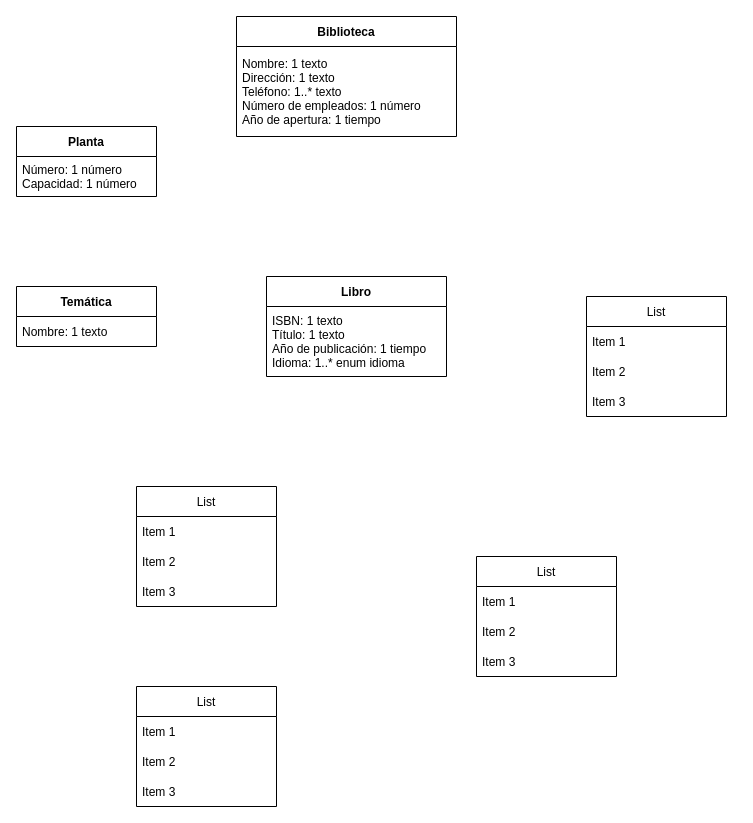
Above: Ejercicio 17.drawio in ESTHERRODRIGUEZGARCIA/TrabajoGrupal1-EDA (draw.io), before the change. Source tidied: cells renumbered, new cells numbered last; positions are measured from the earlier drawing's top-left corner, leaving out a move shared by most shapes. Both pictures are drawn from the tidied source at 100%, with x=0, y=0 at pixel (16, 16).
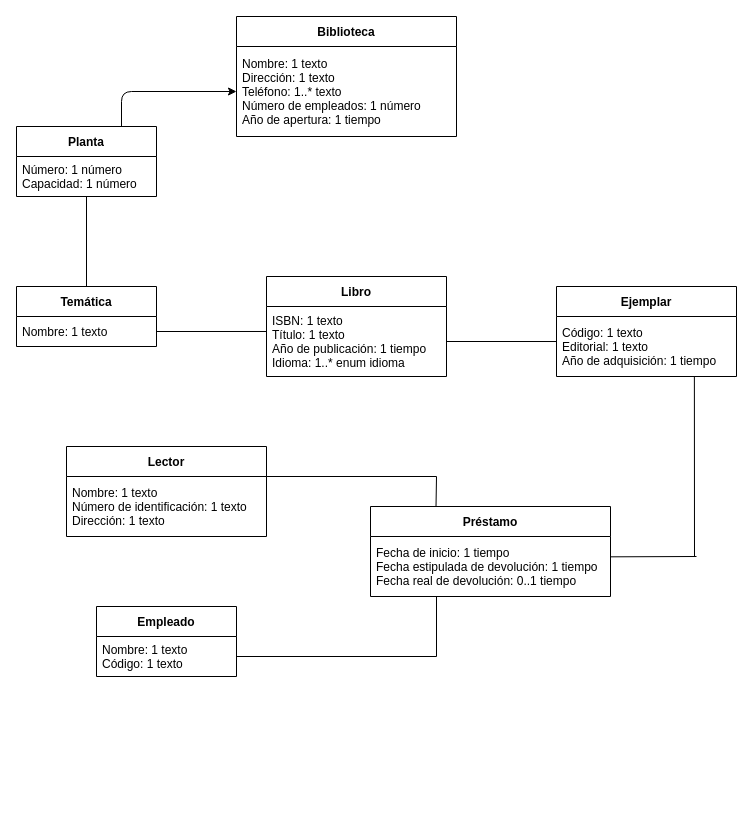
The same diagram, later.

Unchanged cells that the change refers to:
```xml
<mxCell id="3" value="Nombre: 1 texto&#10;Dirección: 1 texto&#10;Teléfono: 1..* texto&#10;Número de empleados: 1 número&#10;Año de apertura: 1 tiempo" style="text;strokeColor=none;fillColor=none;align=left;verticalAlign=middle;spacingLeft=4;spacingRight=4;overflow=hidden;points=[[0,0.5],[1,0.5]];portConstraint=eastwest;" parent="2" vertex="1">
  <mxGeometry y="30" width="220" height="90" as="geometry" />
</mxCell>
<mxCell id="4" value="Planta" style="swimlane;fontStyle=1;horizontal=1;startSize=30;" parent="1" vertex="1">
  <mxGeometry y="110" width="140" height="70" as="geometry" />
</mxCell>
<mxCell id="6" value="Temática" style="swimlane;fontStyle=1;horizontal=1;startSize=30;" parent="1" vertex="1">
  <mxGeometry y="270" width="140" height="60" as="geometry" />
</mxCell>
<mxCell id="7" value="Nombre: 1 texto" style="text;strokeColor=none;fillColor=none;align=left;verticalAlign=middle;spacingLeft=4;spacingRight=4;overflow=hidden;points=[[0,0.5],[1,0.5]];portConstraint=eastwest;" parent="6" vertex="1">
  <mxGeometry y="30" width="140" height="30" as="geometry" />
</mxCell>
<mxCell id="9" value="ISBN: 1 texto&#10;Título: 1 texto&#10;Año de publicación: 1 tiempo&#10;Idioma: 1..* enum idioma" style="text;strokeColor=none;fillColor=none;align=left;verticalAlign=middle;spacingLeft=4;spacingRight=4;overflow=hidden;points=[[0,0.5],[1,0.5]];portConstraint=eastwest;" parent="8" vertex="1">
  <mxGeometry y="30" width="180" height="70" as="geometry" />
</mxCell>
```

The edit, as a diff of the source:
```diff
@@
+    <mxCell id="26" style="edgeStyle=none;html=1;exitX=0.75;exitY=0;exitDx=0;exitDy=0;entryX=0;entryY=0.5;entryDx=0;entryDy=0;" parent="1" edge="1" source="4" target="3">
+      <mxGeometry relative="1" as="geometry">
+        <Array as="points">
+          <mxPoint x="105" y="75" />
+        </Array>
+      </mxGeometry>
+    </mxCell>
@@
-    <mxCell id="5" value="Número: 1 número&#10;Capacidad: 1 número" style="text;strokeColor=none;fillColor=none;align=left;verticalAlign=middle;spacingLeft=4;spacingRight=4;overflow=hidden;points=[[0,0.5],[1,0.5]];portConstraint=eastwest;" parent="4" vertex="1">
-      <mxGeometry y="30" width="140" height="40" as="geometry" />
-    </mxCell>
@@
-    <mxCell id="10" value="List" style="swimlane;fontStyle=0;horizontal=1;startSize=30;" parent="1" vertex="1">
-      <mxGeometry x="570" y="280" width="140" height="120" as="geometry" />
+    <mxCell id="10" value="Ejemplar" style="swimlane;fontStyle=1;horizontal=1;startSize=30;" parent="1" vertex="1">
+      <mxGeometry x="540" y="270" width="180" height="90" as="geometry" />
     </mxCell>
-    <mxCell id="11" value="Item 1" style="text;strokeColor=none;fillColor=none;align=left;verticalAlign=middle;spacingLeft=4;spacingRight=4;overflow=hidden;points=[[0,0.5],[1,0.5]];portConstraint=eastwest;" parent="10" vertex="1">
-      <mxGeometry y="30" width="140" height="30" as="geometry" />
+    <mxCell id="11" value="Código: 1 texto&#10;Editorial: 1 texto&#10;Año de adquisición: 1 tiempo" style="text;strokeColor=none;fillColor=none;align=left;verticalAlign=middle;spacingLeft=4;spacingRight=4;overflow=hidden;points=[[0,0.5],[1,0.5]];portConstraint=eastwest;" parent="10" vertex="1">
+      <mxGeometry y="30" width="180" height="60" as="geometry" />
     </mxCell>
-    <mxCell id="12" value="Item 2" style="text;strokeColor=none;fillColor=none;align=left;verticalAlign=middle;spacingLeft=4;spacingRight=4;overflow=hidden;" parent="10" vertex="1">
-      <mxGeometry y="60" width="140" height="30" as="geometry" />
-    </mxCell>
-    <mxCell id="13" value="Item 3" style="text;strokeColor=none;fillColor=none;align=left;verticalAlign=middle;spacingLeft=4;spacingRight=4;overflow=hidden;" parent="10" vertex="1">
-      <mxGeometry y="90" width="140" height="30" as="geometry" />
-    </mxCell>
-    <mxCell id="14" value="List" style="swimlane;fontStyle=0;horizontal=1;startSize=30;" parent="1" vertex="1">
-      <mxGeometry x="460" y="540" width="140" height="120" as="geometry" />
+    <mxCell id="14" value="Préstamo" style="swimlane;fontStyle=1;horizontal=1;startSize=30;" parent="1" vertex="1">
+      <mxGeometry x="354" y="490" width="240" height="90" as="geometry" />
     </mxCell>
-    <mxCell id="15" value="Item 1" style="text;strokeColor=none;fillColor=none;align=left;verticalAlign=middle;spacingLeft=4;spacingRight=4;overflow=hidden;points=[[0,0.5],[1,0.5]];portConstraint=eastwest;" parent="14" vertex="1">
-      <mxGeometry y="30" width="140" height="30" as="geometry" />
+    <mxCell id="15" value="Fecha de inicio: 1 tiempo&#10;Fecha estipulada de devolución: 1 tiempo&#10;Fecha real de devolución: 0..1 tiempo" style="text;strokeColor=none;fillColor=none;align=left;verticalAlign=middle;spacingLeft=4;spacingRight=4;overflow=hidden;points=[[0,0.5],[1,0.5]];portConstraint=eastwest;" parent="14" vertex="1">
+      <mxGeometry y="30" width="240" height="60" as="geometry" />
     </mxCell>
-    <mxCell id="16" value="Item 2" style="text;strokeColor=none;fillColor=none;align=left;verticalAlign=middle;spacingLeft=4;spacingRight=4;overflow=hidden;" parent="14" vertex="1">
-      <mxGeometry y="60" width="140" height="30" as="geometry" />
-    </mxCell>
-    <mxCell id="17" value="Item 3" style="text;strokeColor=none;fillColor=none;align=left;verticalAlign=middle;spacingLeft=4;spacingRight=4;overflow=hidden;" parent="14" vertex="1">
-      <mxGeometry y="90" width="140" height="30" as="geometry" />
-    </mxCell>
-    <mxCell id="18" value="List" style="swimlane;fontStyle=0;horizontal=1;startSize=30;" parent="1" vertex="1">
-      <mxGeometry x="120" y="470" width="140" height="120" as="geometry" />
+    <mxCell id="18" value="Lector" style="swimlane;fontStyle=1;horizontal=1;startSize=30;" parent="1" vertex="1">
+      <mxGeometry x="50" y="430" width="200" height="90" as="geometry" />
     </mxCell>
-    <mxCell id="19" value="Item 1" style="text;strokeColor=none;fillColor=none;align=left;verticalAlign=middle;spacingLeft=4;spacingRight=4;overflow=hidden;points=[[0,0.5],[1,0.5]];portConstraint=eastwest;" parent="18" vertex="1">
-      <mxGeometry y="30" width="140" height="30" as="geometry" />
+    <mxCell id="19" value="Nombre: 1 texto&#10;Número de identificación: 1 texto&#10;Dirección: 1 texto" style="text;strokeColor=none;fillColor=none;align=left;verticalAlign=middle;spacingLeft=4;spacingRight=4;overflow=hidden;points=[[0,0.5],[1,0.5]];portConstraint=eastwest;" parent="18" vertex="1">
+      <mxGeometry y="30" width="200" height="60" as="geometry" />
     </mxCell>
-    <mxCell id="20" value="Item 2" style="text;strokeColor=none;fillColor=none;align=left;verticalAlign=middle;spacingLeft=4;spacingRight=4;overflow=hidden;" parent="18" vertex="1">
-      <mxGeometry y="60" width="140" height="30" as="geometry" />
-    </mxCell>
-    <mxCell id="21" value="Item 3" style="text;strokeColor=none;fillColor=none;align=left;verticalAlign=middle;spacingLeft=4;spacingRight=4;overflow=hidden;" parent="18" vertex="1">
-      <mxGeometry y="90" width="140" height="30" as="geometry" />
-    </mxCell>
-    <mxCell id="22" value="List" style="swimlane;fontStyle=0;horizontal=1;startSize=30;" parent="1" vertex="1">
-      <mxGeometry x="120" y="670" width="140" height="120" as="geometry" />
+    <mxCell id="22" value="Empleado" style="swimlane;fontStyle=1;horizontal=1;startSize=30;" parent="1" vertex="1">
+      <mxGeometry x="80" y="590" width="140" height="70" as="geometry" />
     </mxCell>
-    <mxCell id="23" value="Item 1" style="text;strokeColor=none;fillColor=none;align=left;verticalAlign=middle;spacingLeft=4;spacingRight=4;overflow=hidden;points=[[0,0.5],[1,0.5]];portConstraint=eastwest;" parent="22" vertex="1">
-      <mxGeometry y="30" width="140" height="30" as="geometry" />
+    <mxCell id="23" value="Nombre: 1 texto&#10;Código: 1 texto" style="text;strokeColor=none;fillColor=none;align=left;verticalAlign=middle;spacingLeft=4;spacingRight=4;overflow=hidden;points=[[0,0.5],[1,0.5]];portConstraint=eastwest;" parent="22" vertex="1">
+      <mxGeometry y="30" width="140" height="40" as="geometry" />
     </mxCell>
-    <mxCell id="24" value="Item 2" style="text;strokeColor=none;fillColor=none;align=left;verticalAlign=middle;spacingLeft=4;spacingRight=4;overflow=hidden;" parent="22" vertex="1">
-      <mxGeometry y="60" width="140" height="30" as="geometry" />
-    </mxCell>
-    <mxCell id="25" value="Item 3" style="text;strokeColor=none;fillColor=none;align=left;verticalAlign=middle;spacingLeft=4;spacingRight=4;overflow=hidden;" parent="22" vertex="1">
-      <mxGeometry y="90" width="140" height="30" as="geometry" />
-    </mxCell>
+    <mxCell id="5" value="Número: 1 número&#10;Capacidad: 1 número" style="text;strokeColor=none;fillColor=none;align=left;verticalAlign=middle;spacingLeft=4;spacingRight=4;overflow=hidden;points=[[0,0.5],[1,0.5]];portConstraint=eastwest;" parent="1" vertex="1">
+      <mxGeometry y="140" width="140" height="40" as="geometry" />
+    </mxCell>
+    <mxCell id="27" style="endArrow=none;html=1;exitX=0.5;exitY=0;exitDx=0;exitDy=0;" parent="1" edge="1" source="6" target="5">
+      <mxGeometry relative="1" as="geometry" />
+    </mxCell>
+    <mxCell id="28" style="endArrow=none;html=1;exitX=1;exitY=0.5;exitDx=0;exitDy=0;entryX=0;entryY=0.357;entryDx=0;entryDy=0;entryPerimeter=0;" parent="1" edge="1" source="7" target="9">
+      <mxGeometry relative="1" as="geometry" />
+    </mxCell>
+    <mxCell id="29" style="endArrow=none;html=1;exitX=1;exitY=0.5;exitDx=0;exitDy=0;entryX=0;entryY=0.417;entryDx=0;entryDy=0;entryPerimeter=0;" parent="1" edge="1" source="9" target="11">
+      <mxGeometry relative="1" as="geometry" />
+    </mxCell>
+    <mxCell id="30" style="endArrow=none;html=1;entryX=0.766;entryY=1.009;entryDx=0;entryDy=0;entryPerimeter=0;" parent="1" edge="1" target="11">
+      <mxGeometry relative="1" as="geometry">
+        <mxPoint x="678" y="540" as="sourcePoint" />
+      </mxGeometry>
+    </mxCell>
+    <mxCell id="31" style="endArrow=none;html=1;exitX=0.999;exitY=0.339;exitDx=0;exitDy=0;exitPerimeter=0;" parent="1" edge="1" source="15">
+      <mxGeometry relative="1" as="geometry">
+        <mxPoint x="680" y="540" as="targetPoint" />
+      </mxGeometry>
+    </mxCell>
+    <mxCell id="32" style="endArrow=none;html=1;exitX=1;exitY=0;exitDx=0;exitDy=0;exitPerimeter=0;" parent="1" edge="1" source="19">
+      <mxGeometry relative="1" as="geometry">
+        <mxPoint x="420" y="460" as="targetPoint" />
+      </mxGeometry>
+    </mxCell>
+    <mxCell id="33" style="endArrow=none;html=1;exitX=0.273;exitY=-0.004;exitDx=0;exitDy=0;exitPerimeter=0;" parent="1" edge="1" source="14">
+      <mxGeometry relative="1" as="geometry">
+        <mxPoint x="420" y="460" as="targetPoint" />
+      </mxGeometry>
+    </mxCell>
+    <mxCell id="34" style="endArrow=none;html=1;exitX=1;exitY=0.5;exitDx=0;exitDy=0;" parent="1" edge="1" source="23">
+      <mxGeometry relative="1" as="geometry">
+        <mxPoint x="420" y="640" as="targetPoint" />
+      </mxGeometry>
+    </mxCell>
+    <mxCell id="35" style="endArrow=none;html=1;entryX=0.275;entryY=1;entryDx=0;entryDy=0;entryPerimeter=0;" parent="1" edge="1" target="15">
+      <mxGeometry relative="1" as="geometry">
+        <mxPoint x="420" y="640" as="sourcePoint" />
+      </mxGeometry>
+    </mxCell>
```
